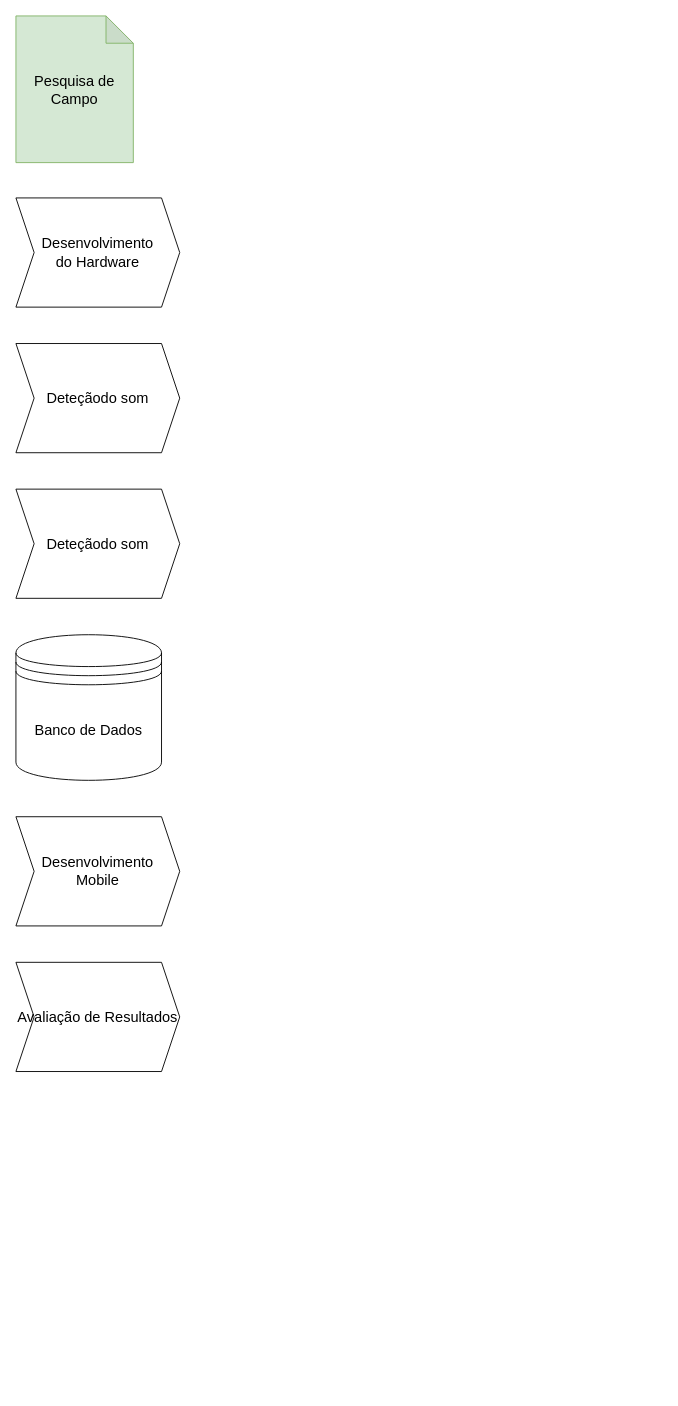
Above: Metodologia.drawio in Guilo-s-Community/Guilo-World (draw.io), before the change. Source tidied: cells renumbered, new cells numbered last; positions are measured from the earlier drawing's top-left corner, leaving out a move shared by most shapes. Both pictures are drawn from the tidied source at 91%, with x=0, y=0 at pixel (15, 15).
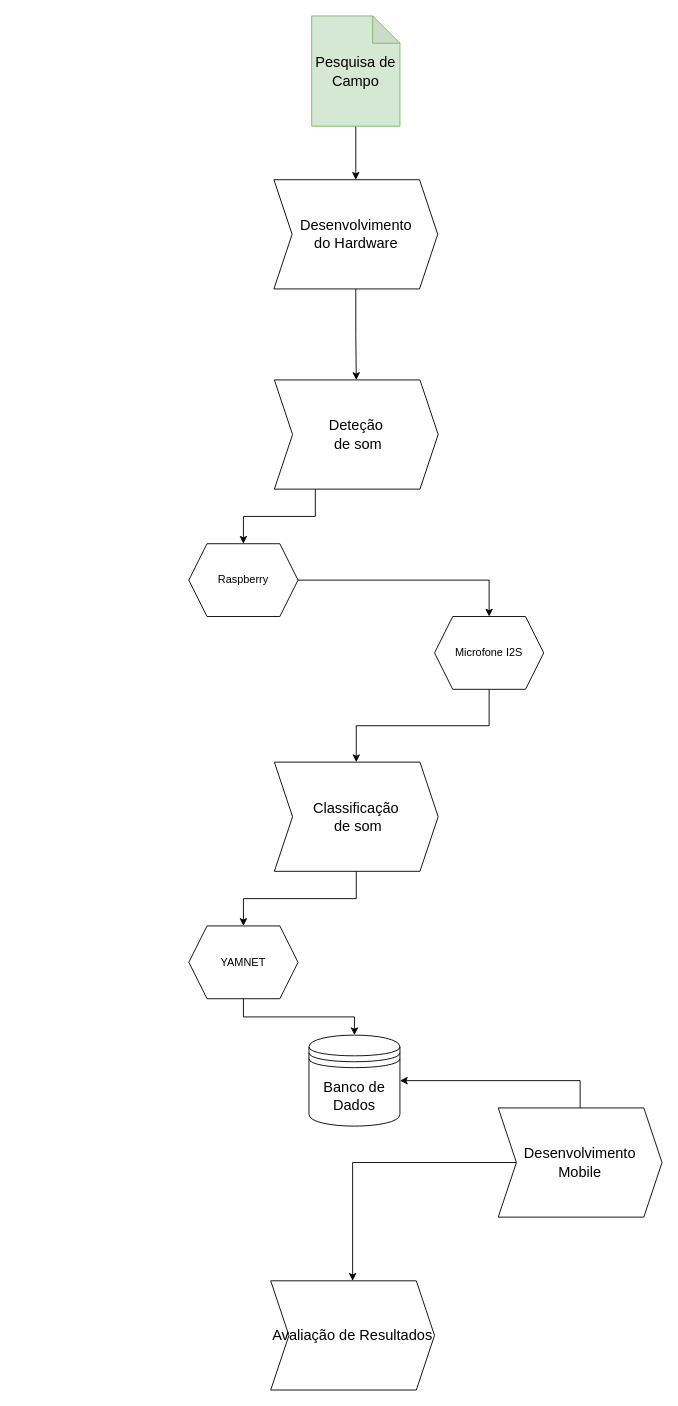
After the change.

What changed in the source:
```diff
@@
+    <mxCell id="9" style="edgeStyle=orthogonalEdgeStyle;rounded=0;jettySize=auto;html=1;exitX=0.5;exitY=1;exitDx=0;exitDy=0;exitPerimeter=0;entryX=0.5;entryY=0;entryDx=0;entryDy=0;" parent="1" edge="1" source="2" target="3">
+      <mxGeometry relative="1" as="geometry" />
+    </mxCell>
     <mxCell id="2" value="&lt;font style=&quot;font-size: 16px;&quot;&gt;Pesquisa de Campo&lt;/font&gt;" style="shape=note;whiteSpace=wrap;html=1;backgroundOutline=1;darkOpacity=0.05;fillColor=#d5e8d4;strokeColor=#82b366;" parent="1" vertex="1">
-      <mxGeometry width="129" height="161.2" as="geometry" />
+      <mxGeometry x="325" width="97" height="121.2" as="geometry" />
     </mxCell>
+    <mxCell id="10" style="edgeStyle=orthogonalEdgeStyle;rounded=0;jettySize=auto;html=1;exitX=0.5;exitY=1;exitDx=0;exitDy=0;entryX=0.5;entryY=0;entryDx=0;entryDy=0;" parent="1" edge="1" source="3" target="4">
+      <mxGeometry relative="1" as="geometry" />
+    </mxCell>
     <mxCell id="3" value="&lt;font style=&quot;font-size: 16px;&quot;&gt;Desenvolvimento&lt;/font&gt;&lt;div&gt;&lt;font style=&quot;font-size: 16px;&quot;&gt;do Hardware&lt;/font&gt;&lt;/div&gt;" style="shape=step;perimeter=stepPerimeter;whiteSpace=wrap;html=1;fixedSize=1;" parent="1" vertex="1">
-      <mxGeometry y="200" width="180" height="120" as="geometry" />
+      <mxGeometry x="283.5" y="180" width="180" height="120" as="geometry" />
     </mxCell>
+    <mxCell id="11" style="edgeStyle=orthogonalEdgeStyle;rounded=0;jettySize=auto;html=1;exitX=0.25;exitY=1;exitDx=0;exitDy=0;entryX=0.5;entryY=0;entryDx=0;entryDy=0;" parent="1" edge="1" source="4" target="18">
+      <mxGeometry relative="1" as="geometry" />
+    </mxCell>
-    <mxCell id="4" value="&lt;span style=&quot;font-size: 16px;&quot;&gt;Deteçãodo som&lt;/span&gt;" style="shape=step;perimeter=stepPerimeter;whiteSpace=wrap;html=1;fixedSize=1;" parent="1" vertex="1">
-      <mxGeometry y="360" width="180" height="120" as="geometry" />
+    <mxCell id="4" value="&lt;span style=&quot;font-size: 16px;&quot;&gt;Deteção&lt;/span&gt;&lt;div&gt;&lt;span style=&quot;font-size: 16px;&quot;&gt;&amp;nbsp;de som&lt;/span&gt;&lt;/div&gt;" style="shape=step;perimeter=stepPerimeter;whiteSpace=wrap;html=1;fixedSize=1;" parent="1" vertex="1">
+      <mxGeometry x="284" y="400" width="180" height="120" as="geometry" />
     </mxCell>
+    <mxCell id="12" style="edgeStyle=orthogonalEdgeStyle;rounded=0;jettySize=auto;html=1;exitX=0.5;exitY=1;exitDx=0;exitDy=0;entryX=0.5;entryY=0;entryDx=0;entryDy=0;" parent="1" edge="1" source="5" target="20">
+      <mxGeometry relative="1" as="geometry" />
+    </mxCell>
-    <mxCell id="5" value="&lt;span style=&quot;font-size: 16px;&quot;&gt;Deteçãodo som&lt;/span&gt;" style="shape=step;perimeter=stepPerimeter;whiteSpace=wrap;html=1;fixedSize=1;" parent="1" vertex="1">
-      <mxGeometry y="520" width="180" height="120" as="geometry" />
+    <mxCell id="5" value="&lt;span style=&quot;font-size: 16px;&quot;&gt;Classificação&lt;/span&gt;&lt;div&gt;&lt;span style=&quot;font-size: 16px;&quot;&gt;&amp;nbsp;de som&lt;/span&gt;&lt;/div&gt;" style="shape=step;perimeter=stepPerimeter;whiteSpace=wrap;html=1;fixedSize=1;" parent="1" vertex="1">
+      <mxGeometry x="284" y="820" width="180" height="120" as="geometry" />
     </mxCell>
     <mxCell id="6" value="&lt;font style=&quot;font-size: 16px;&quot;&gt;Banco de Dados&lt;/font&gt;" style="shape=datastore;whiteSpace=wrap;html=1;" parent="1" vertex="1">
-      <mxGeometry y="680" width="160" height="160" as="geometry" />
+      <mxGeometry x="322" y="1120" width="100" height="100" as="geometry" />
     </mxCell>
+    <mxCell id="13" style="edgeStyle=orthogonalEdgeStyle;rounded=0;jettySize=auto;html=1;exitX=0.5;exitY=0;exitDx=0;exitDy=0;entryX=1;entryY=0.5;entryDx=0;entryDy=0;" parent="1" edge="1" source="7" target="6">
+      <mxGeometry relative="1" as="geometry" />
+    </mxCell>
+    <mxCell id="14" style="edgeStyle=orthogonalEdgeStyle;rounded=0;jettySize=auto;html=1;entryX=0.5;entryY=0;entryDx=0;entryDy=0;" parent="1" edge="1" source="7" target="8">
+      <mxGeometry relative="1" as="geometry" />
+    </mxCell>
     <mxCell id="7" value="&lt;span style=&quot;font-size: 16px;&quot;&gt;Desenvolvimento&lt;/span&gt;&lt;div&gt;&lt;span style=&quot;font-size: 16px;&quot;&gt;Mobile&lt;/span&gt;&lt;/div&gt;" style="shape=step;perimeter=stepPerimeter;whiteSpace=wrap;html=1;fixedSize=1;" parent="1" vertex="1">
-      <mxGeometry y="880" width="180" height="120" as="geometry" />
+      <mxGeometry x="530" y="1200" width="180" height="120" as="geometry" />
     </mxCell>
     <mxCell id="8" value="&lt;span style=&quot;font-size: 16px;&quot;&gt;Avaliação de Resultados&lt;/span&gt;" style="shape=step;perimeter=stepPerimeter;whiteSpace=wrap;html=1;fixedSize=1;" parent="1" vertex="1">
-      <mxGeometry y="1040" width="180" height="120" as="geometry" />
+      <mxGeometry x="280" y="1390" width="180" height="120" as="geometry" />
     </mxCell>
+    <mxCell id="15" style="edgeStyle=orthogonalEdgeStyle;rounded=0;jettySize=auto;html=1;exitX=0.5;exitY=1;exitDx=0;exitDy=0;entryX=0.5;entryY=0;entryDx=0;entryDy=0;" parent="1" edge="1" source="16" target="5">
+      <mxGeometry relative="1" as="geometry" />
+    </mxCell>
+    <mxCell id="16" value="Microfone I2S" style="shape=hexagon;perimeter=hexagonPerimeter2;whiteSpace=wrap;html=1;fixedSize=1;" parent="1" vertex="1">
+      <mxGeometry x="460" y="660" width="120" height="80" as="geometry" />
+    </mxCell>
+    <mxCell id="17" style="edgeStyle=orthogonalEdgeStyle;rounded=0;jettySize=auto;html=1;entryX=0.5;entryY=0;entryDx=0;entryDy=0;" parent="1" edge="1" source="18" target="16">
+      <mxGeometry relative="1" as="geometry" />
+    </mxCell>
+    <mxCell id="18" value="Raspberry" style="shape=hexagon;perimeter=hexagonPerimeter2;whiteSpace=wrap;html=1;fixedSize=1;" parent="1" vertex="1">
+      <mxGeometry x="190" y="580" width="120" height="80" as="geometry" />
+    </mxCell>
+    <mxCell id="19" style="edgeStyle=orthogonalEdgeStyle;rounded=0;jettySize=auto;html=1;exitX=0.5;exitY=1;exitDx=0;exitDy=0;entryX=0.5;entryY=0;entryDx=0;entryDy=0;" parent="1" edge="1" source="20" target="6">
+      <mxGeometry relative="1" as="geometry" />
+    </mxCell>
+    <mxCell id="20" value="YAMNET" style="shape=hexagon;perimeter=hexagonPerimeter2;whiteSpace=wrap;html=1;fixedSize=1;" parent="1" vertex="1">
+      <mxGeometry x="190" y="1000" width="120" height="80" as="geometry" />
+    </mxCell>
```
